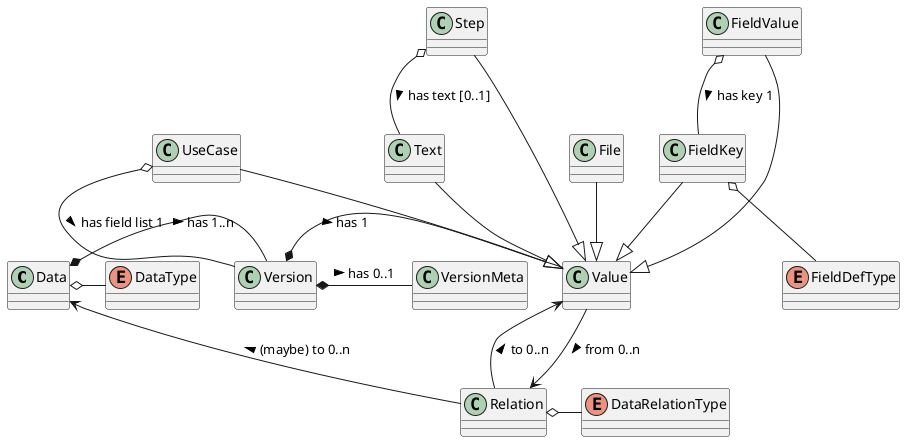
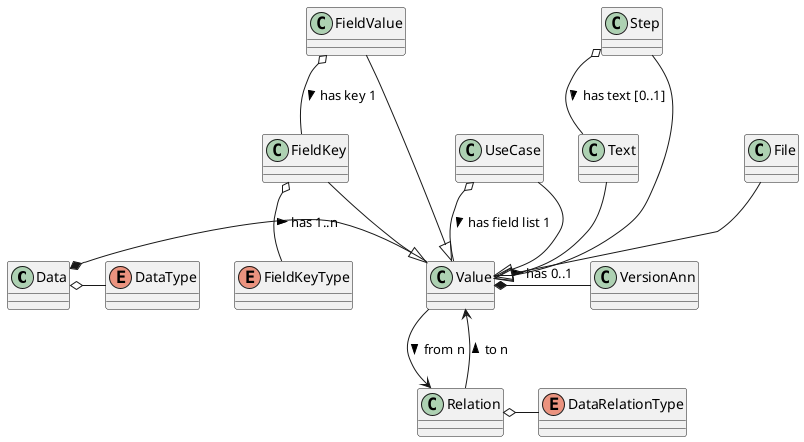
@startuml

- ' class DataType {
-   ' id
-   ' name
- ' }
- '
- ' interface DataValue {
-   ' id
- ' }
- '
- ' class DataText {
-   ' text
- ' }
- ' DataText --|> DataValue
- '
- ' class DataRelationType {
-   ' id
-   ' name
- ' }
- '
- ' class DataRelation {
-   ' from_id
-   ' rel_id
-   ' index
-   ' to_id
- ' }
- '
- ' DataRelation --> DataRelationType
- ' DataRelation --> DataValue
- ' DataRelation --> DataValue
+ Data *- Value : has 1..n >
+ Value *- VersionAnn : has 0..1 >

- Data *- Version : has 1..n >
- Version *- VersionMeta : has 0..1 >
- Version *- Value : has 1 >
- 
- Value --> Relation : from 0..n >
- Value <-- Relation : to 0..n <
- Data <-- Relation : (maybe) to 0..n <
+ Value --> Relation : from n >
+ Value <-- Relation : to n <

UseCase --|> Value
FieldKey --|> Value
FieldValue --|> Value
Text --|> Value
Step --|> Value
File --|> Value

enum DataType
enum DataRelationType
- enum FieldDefType
+ enum FieldKeyType

Data o- DataType
Relation o- DataRelationType
- FieldKey o-- FieldDefType
+ FieldKey o-- FieldKeyType

- UseCase o-- Version : has field list 1 >
+ UseCase o-- Value : has field list 1 >
FieldValue o-- FieldKey : has key 1 >
Step o-- Text : has text [0..1] >

@enduml
